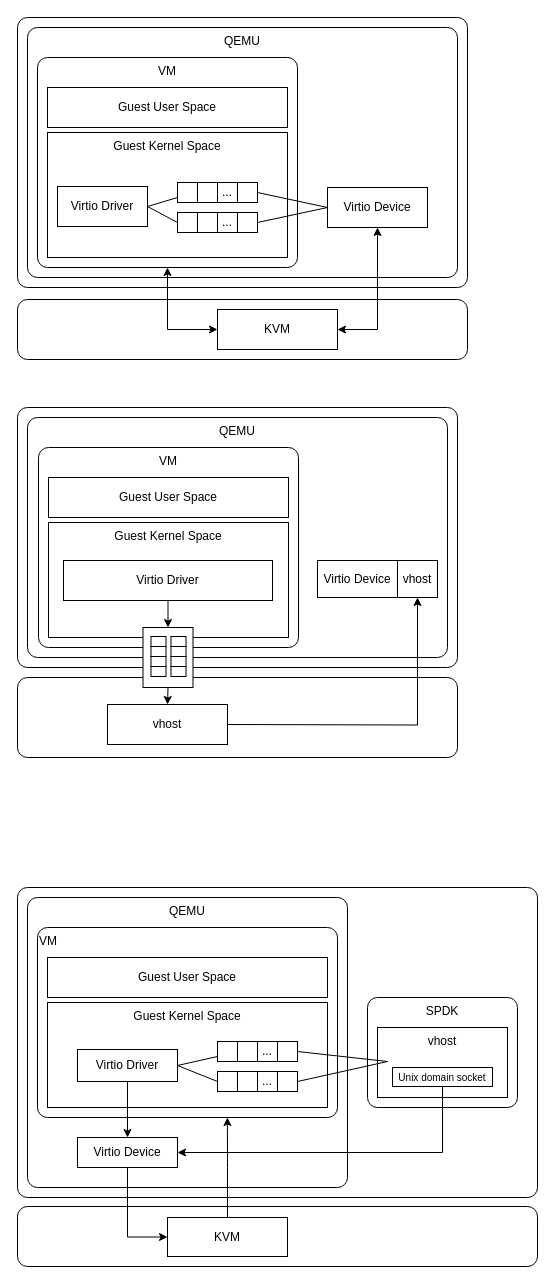
This is page "vhost" (4 of 4) of virtio.drawio from Aspiresky/draw.io, a draw.io file, before an edit. Source tidied: cells renumbered, new cells numbered last; positions are measured from the earlier drawing's top-left corner, leaving out a move shared by most shapes. Both pictures are drawn from the tidied source at 100%, with x=0, y=0 at pixel (17, 17).
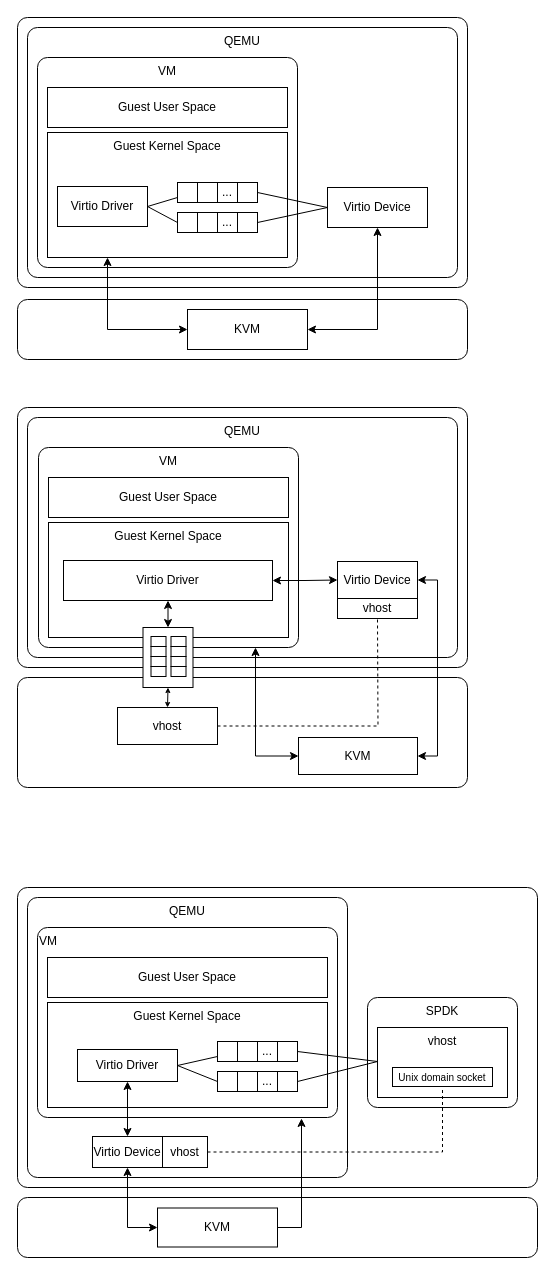
After the change.

Unchanged cells that the change refers to:
```xml
<mxCell id="6" value="VM" style="rounded=1;whiteSpace=wrap;html=1;absoluteArcSize=1;align=center;verticalAlign=top;" parent="1" vertex="1">
  <mxGeometry x="20" y="40" width="260" height="210" as="geometry" />
</mxCell>
<mxCell id="8" value="Guest Kernel Space" style="rounded=0;whiteSpace=wrap;html=1;verticalAlign=top;" parent="1" vertex="1">
  <mxGeometry x="30" y="115" width="240" height="125" as="geometry" />
</mxCell>
<mxCell id="29" value="VM" style="rounded=1;whiteSpace=wrap;html=1;absoluteArcSize=1;align=left;verticalAlign=top;" parent="1" vertex="1">
  <mxGeometry x="20" y="910" width="300" height="190" as="geometry" />
</mxCell>
<mxCell id="35" value="Virtio Driver" style="rounded=0;whiteSpace=wrap;html=1;align=center;" parent="1" vertex="1">
  <mxGeometry x="60" y="1032" width="100" height="32" as="geometry" />
</mxCell>
<mxCell id="49" value="Unix domain socket" style="rounded=0;whiteSpace=wrap;html=1;fontSize=10;" parent="1" vertex="1">
  <mxGeometry x="375" y="1050" width="100" height="19" as="geometry" />
</mxCell>
<mxCell id="60" value="Virtio Driver" style="rounded=0;whiteSpace=wrap;html=1;align=center;" parent="1" vertex="1">
  <mxGeometry x="46" y="543" width="209" height="40" as="geometry" />
</mxCell>
<mxCell id="63" style="rounded=0;whiteSpace=wrap;html=1;absoluteArcSize=1;align=left;verticalAlign=top;" parent="1" vertex="1">
  <mxGeometry x="125.5" y="610" width="50" height="60" as="geometry" />
</mxCell>
```

What changed in the source:
```diff
@@
     <mxCell id="2" style="rounded=1;whiteSpace=wrap;html=1;absoluteArcSize=1;" parent="1" vertex="1">
-      <mxGeometry y="1189" width="520" height="60" as="geometry" />
+      <mxGeometry y="1180" width="520" height="60" as="geometry" />
     </mxCell>
     <mxCell id="3" value="KVM" style="rounded=0;whiteSpace=wrap;html=1;" parent="1" vertex="1">
-      <mxGeometry x="150" y="1200" width="120" height="39" as="geometry" />
+      <mxGeometry x="140" y="1190.5" width="120" height="39" as="geometry" />
     </mxCell>
@@
-    <mxCell id="24" style="edgeStyle=orthogonalEdgeStyle;rounded=0;jettySize=auto;html=1;exitX=0;exitY=0.5;exitDx=0;exitDy=0;entryX=0.5;entryY=1;entryDx=0;entryDy=0;startArrow=classic;startFill=1;" parent="1" edge="1" source="25" target="6">
+    <mxCell id="24" style="edgeStyle=orthogonalEdgeStyle;rounded=0;jettySize=auto;html=1;exitX=0;exitY=0.5;exitDx=0;exitDy=0;entryX=0.25;entryY=1;entryDx=0;entryDy=0;startArrow=classic;startFill=1;" parent="1" edge="1" source="25" target="8">
       <mxGeometry relative="1" as="geometry" />
     </mxCell>
     <mxCell id="25" value="KVM" style="rounded=0;whiteSpace=wrap;html=1;" parent="1" vertex="1">
-      <mxGeometry x="200" y="292" width="120" height="40" as="geometry" />
+      <mxGeometry x="170" y="292" width="120" height="40" as="geometry" />
     </mxCell>
@@
     <mxCell id="27" style="rounded=1;whiteSpace=wrap;html=1;absoluteArcSize=1;" parent="1" vertex="1">
-      <mxGeometry y="870" width="520" height="310" as="geometry" />
+      <mxGeometry y="870" width="520" height="300" as="geometry" />
     </mxCell>
     <mxCell id="28" value="QEMU" style="rounded=1;whiteSpace=wrap;html=1;absoluteArcSize=1;align=center;verticalAlign=top;horizontal=1;textDirection=rtl;" parent="1" vertex="1">
-      <mxGeometry x="10" y="880" width="320" height="290" as="geometry" />
+      <mxGeometry x="10" y="880" width="320" height="280" as="geometry" />
     </mxCell>
@@
-    <mxCell id="34" style="edgeStyle=orthogonalEdgeStyle;rounded=0;jettySize=auto;html=1;exitX=0.5;exitY=1;exitDx=0;exitDy=0;entryX=0.5;entryY=0;entryDx=0;entryDy=0;" parent="1" edge="1" source="35" target="45">
+    <mxCell id="34" style="edgeStyle=orthogonalEdgeStyle;rounded=0;jettySize=auto;html=1;exitX=0.5;exitY=1;exitDx=0;exitDy=0;entryX=0.5;entryY=0;entryDx=0;entryDy=0;startArrow=classic;startFill=1;" parent="1" edge="1" source="35" target="45">
       <mxGeometry relative="1" as="geometry" />
     </mxCell>
@@
-    <mxCell id="44" style="edgeStyle=orthogonalEdgeStyle;rounded=0;jettySize=auto;html=1;exitX=0.5;exitY=1;exitDx=0;exitDy=0;entryX=0;entryY=0.5;entryDx=0;entryDy=0;" parent="1" edge="1" source="45" target="3">
+    <mxCell id="44" style="edgeStyle=orthogonalEdgeStyle;rounded=0;jettySize=auto;html=1;exitX=0.5;exitY=1;exitDx=0;exitDy=0;entryX=0;entryY=0.5;entryDx=0;entryDy=0;startArrow=classic;startFill=1;" parent="1" edge="1" source="45" target="3">
       <mxGeometry relative="1" as="geometry" />
     </mxCell>
     <mxCell id="45" value="Virtio Device" style="rounded=0;whiteSpace=wrap;html=1;" parent="1" vertex="1">
-      <mxGeometry x="60" y="1120" width="100" height="30" as="geometry" />
+      <mxGeometry x="75" y="1119" width="70" height="31" as="geometry" />
     </mxCell>
@@
-    <mxCell id="48" style="edgeStyle=orthogonalEdgeStyle;rounded=0;jettySize=auto;html=1;exitX=0.5;exitY=1;exitDx=0;exitDy=0;entryX=1;entryY=0.5;entryDx=0;entryDy=0;" parent="1" edge="1" source="49" target="45">
-      <mxGeometry relative="1" as="geometry" />
-    </mxCell>
@@
     <mxCell id="50" style="rounded=0;orthogonalLoop=1;jettySize=auto;html=1;endArrow=none;endFill=0;" parent="1" edge="1">
       <mxGeometry relative="1" as="geometry">
         <mxPoint x="280" y="1034" as="sourcePoint" />
-        <mxPoint x="370" y="1044" as="targetPoint" />
+        <mxPoint x="360" y="1044" as="targetPoint" />
       </mxGeometry>
     </mxCell>
-    <mxCell id="51" style="rounded=0;orthogonalLoop=1;jettySize=auto;html=1;entryX=0;entryY=0.5;entryDx=0;entryDy=0;endArrow=none;endFill=0;" parent="1" edge="1">
+    <mxCell id="51" style="rounded=0;orthogonalLoop=1;jettySize=auto;html=1;endArrow=none;endFill=0;" parent="1" edge="1">
       <mxGeometry relative="1" as="geometry">
         <mxPoint x="280" y="1064" as="sourcePoint" />
-        <mxPoint x="370" y="1044" as="targetPoint" />
+        <mxPoint x="360" y="1044" as="targetPoint" />
       </mxGeometry>
     </mxCell>
     <mxCell id="52" style="rounded=1;whiteSpace=wrap;html=1;absoluteArcSize=1;" parent="1" vertex="1">
-      <mxGeometry y="390" width="440" height="260" as="geometry" />
+      <mxGeometry y="390" width="450" height="260" as="geometry" />
     </mxCell>
     <mxCell id="53" style="rounded=1;whiteSpace=wrap;html=1;absoluteArcSize=1;" parent="1" vertex="1">
-      <mxGeometry y="660" width="440" height="80" as="geometry" />
+      <mxGeometry y="660" width="450" height="110" as="geometry" />
     </mxCell>
     <mxCell id="54" value="vhost" style="rounded=0;whiteSpace=wrap;html=1;" parent="1" vertex="1">
-      <mxGeometry x="90" y="687" width="120" height="40" as="geometry" />
+      <mxGeometry x="100" y="690" width="100" height="37" as="geometry" />
     </mxCell>
     <mxCell id="55" value="QEMU" style="rounded=1;whiteSpace=wrap;html=1;absoluteArcSize=1;align=center;verticalAlign=top;horizontal=1;textDirection=rtl;" parent="1" vertex="1">
-      <mxGeometry x="10" y="400" width="420" height="240" as="geometry" />
+      <mxGeometry x="10" y="400" width="430" height="240" as="geometry" />
     </mxCell>
@@
-    <mxCell id="59" style="edgeStyle=orthogonalEdgeStyle;rounded=0;jettySize=auto;html=1;exitX=0.5;exitY=1;exitDx=0;exitDy=0;entryX=0.5;entryY=0;entryDx=0;entryDy=0;" parent="1" edge="1" source="60" target="63">
+    <mxCell id="59" style="edgeStyle=orthogonalEdgeStyle;rounded=0;jettySize=auto;html=1;exitX=0.5;exitY=1;exitDx=0;exitDy=0;entryX=0.5;entryY=0;entryDx=0;entryDy=0;startArrow=classic;startFill=1;" parent="1" edge="1" source="60" target="63">
       <mxGeometry relative="1" as="geometry" />
     </mxCell>
+    <mxCell id="75" style="edgeStyle=orthogonalEdgeStyle;rounded=0;jettySize=auto;html=1;exitX=1;exitY=0.5;exitDx=0;exitDy=0;entryX=0;entryY=0.5;entryDx=0;entryDy=0;startArrow=classic;startFill=1;" parent="1" edge="1" source="60" target="61">
+      <mxGeometry relative="1" as="geometry" />
+    </mxCell>
@@
+    <mxCell id="76" style="edgeStyle=orthogonalEdgeStyle;rounded=0;jettySize=auto;html=1;exitX=1;exitY=0.5;exitDx=0;exitDy=0;entryX=1;entryY=0.5;entryDx=0;entryDy=0;startArrow=classic;startFill=1;" parent="1" edge="1" source="61" target="77">
+      <mxGeometry relative="1" as="geometry" />
+    </mxCell>
     <mxCell id="61" value="Virtio Device" style="rounded=0;whiteSpace=wrap;html=1;" parent="1" vertex="1">
-      <mxGeometry x="300" y="543" width="80" height="37" as="geometry" />
+      <mxGeometry x="320" y="544" width="80" height="37" as="geometry" />
     </mxCell>
-    <mxCell id="62" style="edgeStyle=orthogonalEdgeStyle;rounded=0;jettySize=auto;html=1;exitX=0.5;exitY=1;exitDx=0;exitDy=0;entryX=0.5;entryY=0;entryDx=0;entryDy=0;" parent="1" edge="1" source="63" target="54">
+    <mxCell id="62" style="edgeStyle=orthogonalEdgeStyle;rounded=0;jettySize=auto;html=1;exitX=0.5;exitY=1;exitDx=0;exitDy=0;entryX=0.5;entryY=0;entryDx=0;entryDy=0;startArrow=classic;startFill=1;endSize=3;startSize=3;" parent="1" edge="1" source="63" target="54">
       <mxGeometry relative="1" as="geometry" />
     </mxCell>
@@
+    <mxCell id="77" value="KVM" style="rounded=0;whiteSpace=wrap;html=1;" parent="1" vertex="1">
+      <mxGeometry x="281" y="720" width="119" height="37" as="geometry" />
+    </mxCell>
     <mxCell id="72" value="vhost" style="rounded=0;whiteSpace=wrap;html=1;" parent="1" vertex="1">
-      <mxGeometry x="380" y="543" width="40" height="37" as="geometry" />
+      <mxGeometry x="320" y="581" width="80" height="20" as="geometry" />
     </mxCell>
-    <mxCell id="73" style="edgeStyle=orthogonalEdgeStyle;rounded=0;jettySize=auto;html=1;exitX=1;exitY=0.5;exitDx=0;exitDy=0;entryX=0.5;entryY=1;entryDx=0;entryDy=0;" parent="1" edge="1" target="72">
-      <mxGeometry relative="1" as="geometry">
-        <mxPoint x="210" y="707" as="sourcePoint" />
-      </mxGeometry>
-    </mxCell>
+    <mxCell id="78" style="edgeStyle=orthogonalEdgeStyle;rounded=0;jettySize=auto;html=1;startArrow=classic;startFill=1;exitX=0;exitY=0.5;exitDx=0;exitDy=0;" parent="1" edge="1" source="77">
+      <mxGeometry relative="1" as="geometry">
+        <mxPoint x="238" y="630" as="targetPoint" />
+        <Array as="points">
+          <mxPoint x="238" y="739" />
+        </Array>
+      </mxGeometry>
+    </mxCell>
+    <mxCell id="79" style="edgeStyle=orthogonalEdgeStyle;rounded=0;jettySize=auto;html=1;exitX=1;exitY=0.5;exitDx=0;exitDy=0;entryX=0.5;entryY=1;entryDx=0;entryDy=0;startArrow=none;startFill=0;endArrow=none;endFill=0;dashed=1;" parent="1" edge="1" source="80" target="49">
+      <mxGeometry relative="1" as="geometry" />
+    </mxCell>
+    <mxCell id="80" value="vhost" style="rounded=0;whiteSpace=wrap;html=1;" parent="1" vertex="1">
+      <mxGeometry x="145" y="1119" width="45" height="31" as="geometry" />
+    </mxCell>
+    <mxCell id="81" style="rounded=0;jettySize=auto;html=1;exitX=1;exitY=0.5;exitDx=0;exitDy=0;entryX=0.5;entryY=1;entryDx=0;entryDy=0;endArrow=none;endFill=0;dashed=1;edgeStyle=orthogonalEdgeStyle;" parent="1" edge="1" source="54">
+      <mxGeometry relative="1" as="geometry">
+        <mxPoint x="360" y="601" as="targetPoint" />
+      </mxGeometry>
+    </mxCell>
-    <mxCell id="74" style="edgeStyle=orthogonalEdgeStyle;rounded=0;jettySize=auto;html=1;entryX=0.633;entryY=1;entryDx=0;entryDy=0;entryPerimeter=0;" parent="1" edge="1" source="3" target="29">
-      <mxGeometry relative="1" as="geometry" />
+    <mxCell id="74" style="edgeStyle=orthogonalEdgeStyle;rounded=0;jettySize=auto;html=1;exitX=1;exitY=0.5;exitDx=0;exitDy=0;entryX=0.88;entryY=1.005;entryDx=0;entryDy=0;entryPerimeter=0;" parent="1" edge="1" source="3" target="29">
+      <mxGeometry relative="1" as="geometry">
+        <Array as="points">
+          <mxPoint x="284" y="1210" />
+        </Array>
+      </mxGeometry>
     </mxCell>
```
